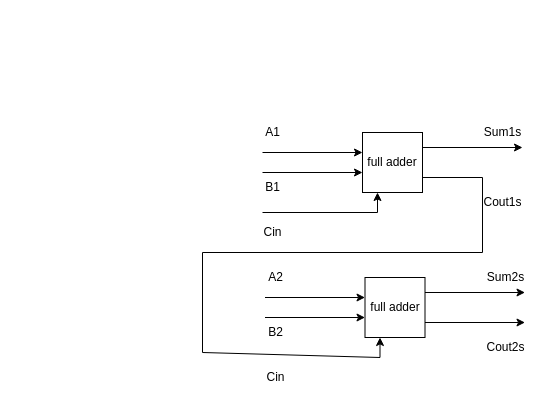
This is 4-20/4-20.drawio from Samuel-Webster-178/TEJ3M-Unit4, a draw.io file, before an edit. Source tidied: cells renumbered, new cells numbered last; positions are measured from the earlier drawing's top-left corner, leaving out a move shared by most shapes. Both pictures are drawn from the tidied source at 100%, with x=0, y=0 at pixel (202, 117).
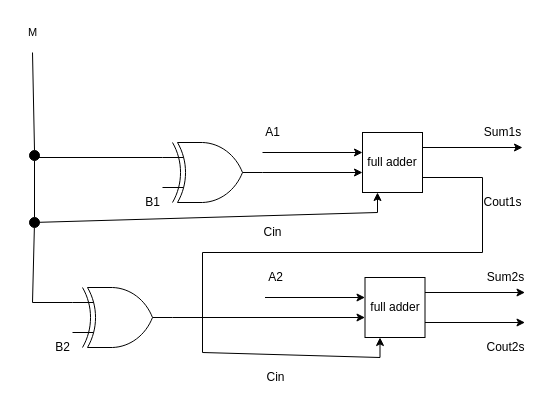
The same page after the edit.

Unchanged cells that the change refers to:
```xml
<mxCell id="3" value="full adder" style="rounded=0;whiteSpace=wrap;html=1;" parent="1" vertex="1">
  <mxGeometry x="160" y="15" width="60" height="60" as="geometry" />
</mxCell>
```

What changed in the source:
```diff
@@
-    <mxCell id="6" style="edgeStyle=none;html=1;exitX=1;exitY=0.75;exitDx=0;exitDy=0;entryX=0.25;entryY=1;entryDx=0;entryDy=0;rounded=0;" parent="1" edge="1" target="3">
+    <mxCell id="6" style="edgeStyle=none;html=1;entryX=0.25;entryY=1;entryDx=0;entryDy=0;rounded=0;" parent="1" edge="1" target="3">
       <mxGeometry relative="1" as="geometry">
-        <mxPoint x="60" y="95" as="sourcePoint" />
+        <mxPoint x="-170" y="105" as="sourcePoint" />
         <Array as="points">
           <mxPoint x="175" y="95" />
         </Array>
       </mxGeometry>
     </mxCell>
@@
     <mxCell id="9" value="B1" style="text;html=1;align=center;verticalAlign=middle;strokeColor=none;fillColor=none;" parent="1" vertex="1">
-      <mxGeometry x="50" y="55" width="40" height="30" as="geometry" />
+      <mxGeometry x="-70" y="70" width="40" height="30" as="geometry" />
     </mxCell>
@@
-    <mxCell id="16" style="edgeStyle=none;html=1;exitX=1;exitY=0.75;exitDx=0;exitDy=0;" parent="1" edge="1">
+    <mxCell id="16" style="edgeStyle=none;html=1;" parent="1" edge="1">
       <mxGeometry relative="1" as="geometry">
-        <mxPoint x="62.5" y="200" as="sourcePoint" />
+        <mxPoint x="-30" y="200" as="sourcePoint" />
         <mxPoint x="162.5" y="200" as="targetPoint" />
       </mxGeometry>
     </mxCell>
@@
     <mxCell id="20" value="B2" style="text;html=1;align=center;verticalAlign=middle;strokeColor=none;fillColor=none;" parent="1" vertex="1">
-      <mxGeometry x="52.5" y="200" width="40" height="30" as="geometry" />
+      <mxGeometry x="-160" y="215" width="40" height="30" as="geometry" />
     </mxCell>
@@
+    <mxCell id="23" style="edgeStyle=none;html=1;exitX=0;exitY=0.25;exitDx=0;exitDy=0;exitPerimeter=0;endArrow=none;endFill=0;" parent="1" edge="1" source="24">
+      <mxGeometry relative="1" as="geometry">
+        <mxPoint x="-170" y="40" as="targetPoint" />
+      </mxGeometry>
+    </mxCell>
+    <mxCell id="24" style="verticalLabelPosition=bottom;shadow=0;dashed=0;align=center;html=1;verticalAlign=top;shape=mxgraph.electrical.logic_gates.logic_gate;operation=xor;" parent="1" vertex="1">
+      <mxGeometry x="-40" y="25" width="100" height="60" as="geometry" />
+    </mxCell>
+    <mxCell id="25" style="verticalLabelPosition=bottom;shadow=0;dashed=0;align=center;html=1;verticalAlign=top;shape=mxgraph.electrical.logic_gates.logic_gate;operation=xor;" parent="1" vertex="1">
+      <mxGeometry x="-130" y="170" width="100" height="60" as="geometry" />
+    </mxCell>
+    <mxCell id="26" style="edgeStyle=none;html=1;endArrow=none;endFill=0;entryX=0;entryY=0.25;entryDx=0;entryDy=0;entryPerimeter=0;rounded=0;startArrow=none;" parent="1" edge="1" source="30" target="25">
+      <mxGeometry relative="1" as="geometry">
+        <Array as="points">
+          <mxPoint x="-170" y="185" />
+        </Array>
+      </mxGeometry>
+    </mxCell>
+    <mxCell id="27" style="edgeStyle=none;html=1;endArrow=none;endFill=0;entryX=0.5;entryY=0;entryDx=0;entryDy=0;rounded=0;" parent="1" edge="1" target="28">
+      <mxGeometry relative="1" as="geometry">
+        <mxPoint x="-170" y="-65" as="sourcePoint" />
+      </mxGeometry>
+    </mxCell>
+    <mxCell id="28" style="ellipse;whiteSpace=wrap;html=1;fontFamily=Helvetica;fontSize=11;fontColor=default;fillColor=#000000;" parent="1" vertex="1">
+      <mxGeometry x="-173" y="33" width="10" height="10" as="geometry" />
+    </mxCell>
+    <mxCell id="29" style="edgeStyle=none;html=1;endArrow=none;endFill=0;entryX=0.5;entryY=0;entryDx=0;entryDy=0;rounded=0;startArrow=none;" parent="1" edge="1" source="28" target="30">
+      <mxGeometry relative="1" as="geometry" />
+    </mxCell>
+    <mxCell id="30" style="ellipse;whiteSpace=wrap;html=1;fontFamily=Helvetica;fontSize=11;fontColor=default;fillColor=#000000;" parent="1" vertex="1">
+      <mxGeometry x="-173" y="100" width="10" height="10" as="geometry" />
+    </mxCell>
+    <mxCell id="31" value="M" style="text;html=1;align=center;verticalAlign=middle;strokeColor=none;fillColor=none;fontSize=11;fontFamily=Helvetica;fontColor=default;" parent="1" vertex="1">
+      <mxGeometry x="-185" y="-100" width="30" height="30" as="geometry" />
+    </mxCell>
```
